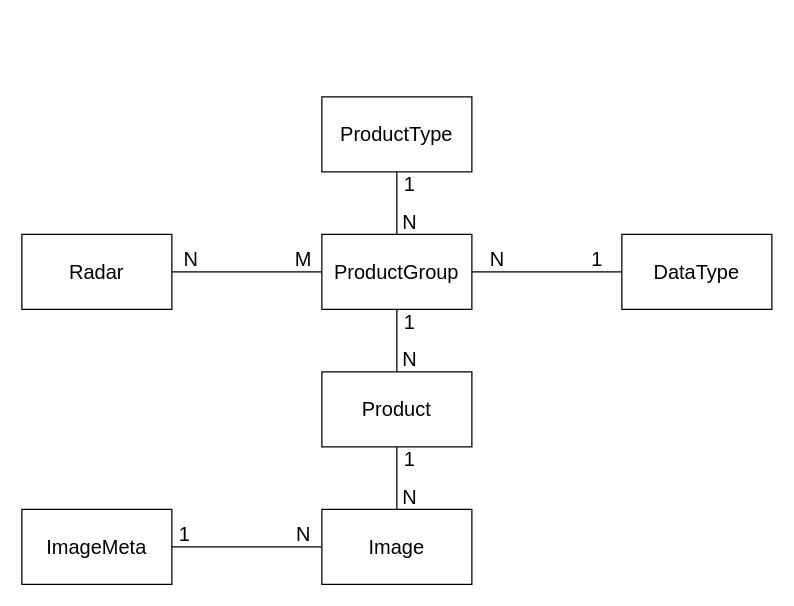
marekziba/daneradarowe2.0_api keeps this draw.io diagram as dbschema.dio. Above is the earlier version. Source tidied: cells renumbered, new cells numbered last; positions are measured from the earlier drawing's top-left corner, leaving out a move shared by most shapes. Both pictures are drawn from the tidied source at 125%, with x=0, y=0 at pixel (21, 96).
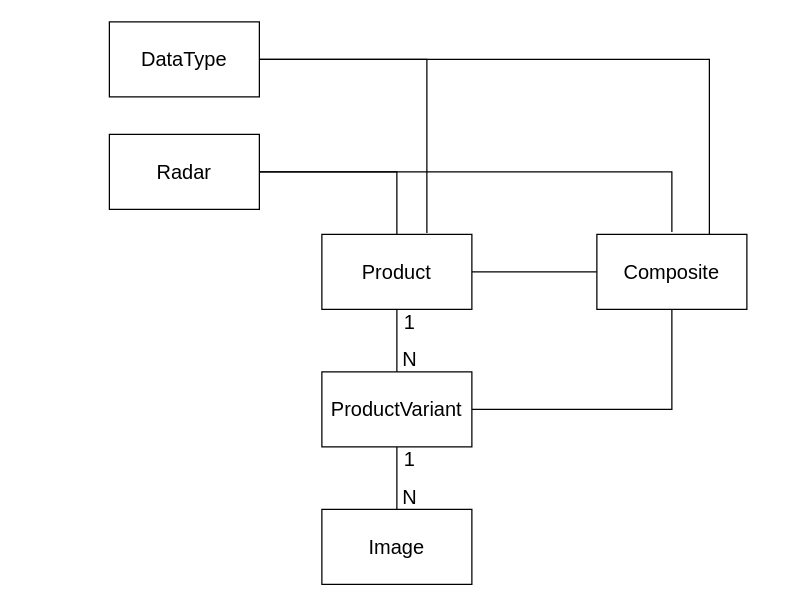
Above is the later version.

Unchanged cells that the change refers to:
```xml
<mxCell id="12" value="Image" style="rounded=0;whiteSpace=wrap;html=1;fontSize=16;" parent="1" vertex="1">
  <mxGeometry x="240" y="330" width="120" height="60" as="geometry" />
</mxCell>
```

Change to the diagram source:
```diff
@@
+    <mxCell id="27" style="edgeStyle=orthogonalEdgeStyle;rounded=0;html=1;fontSize=16;endArrow=none;endFill=0;" parent="1" edge="1" source="3">
+      <mxGeometry relative="1" as="geometry">
+        <mxPoint x="520" y="108" as="targetPoint" />
+        <Array as="points">
+          <mxPoint x="520" y="60" />
+          <mxPoint x="520" y="108" />
+        </Array>
+      </mxGeometry>
+    </mxCell>
-    <mxCell id="2" style="edgeStyle=none;html=1;exitX=1;exitY=0.5;exitDx=0;exitDy=0;entryX=0;entryY=0.5;entryDx=0;entryDy=0;fontSize=16;endArrow=none;endFill=0;" parent="1" edge="1" source="3" target="8">
+    <mxCell id="2" style="edgeStyle=orthogonalEdgeStyle;rounded=0;html=1;entryX=0.5;entryY=0;entryDx=0;entryDy=0;fontSize=16;endArrow=none;endFill=0;" parent="1" edge="1" source="3" target="8">
       <mxGeometry relative="1" as="geometry" />
     </mxCell>
     <mxCell id="3" value="&lt;font style=&quot;font-size: 16px&quot;&gt;Radar&lt;/font&gt;" style="rounded=0;whiteSpace=wrap;html=1;" parent="1" vertex="1">
-      <mxGeometry y="110" width="120" height="60" as="geometry" />
+      <mxGeometry x="70" y="30" width="120" height="60" as="geometry" />
     </mxCell>
-    <mxCell id="4" style="edgeStyle=orthogonalEdgeStyle;html=1;exitX=0.5;exitY=1;exitDx=0;exitDy=0;entryX=0.5;entryY=0;entryDx=0;entryDy=0;fontSize=16;rounded=0;endArrow=none;endFill=0;" parent="1" edge="1" source="5" target="8">
-      <mxGeometry relative="1" as="geometry" />
-    </mxCell>
-    <mxCell id="5" value="ProductType" style="rounded=0;whiteSpace=wrap;html=1;fontSize=16;" parent="1" vertex="1">
-      <mxGeometry x="240" width="120" height="60" as="geometry" />
-    </mxCell>
-    <mxCell id="6" style="edgeStyle=orthogonalEdgeStyle;rounded=0;html=1;exitX=1;exitY=0.5;exitDx=0;exitDy=0;entryX=0;entryY=0.5;entryDx=0;entryDy=0;fontSize=16;endArrow=none;endFill=0;" parent="1" edge="1" source="8" target="9">
-      <mxGeometry relative="1" as="geometry" />
-    </mxCell>
@@
+    <mxCell id="28" style="edgeStyle=orthogonalEdgeStyle;rounded=0;html=1;exitX=1;exitY=0.5;exitDx=0;exitDy=0;entryX=0;entryY=0.5;entryDx=0;entryDy=0;fontSize=16;endArrow=none;endFill=0;" parent="1" edge="1" source="8" target="32">
+      <mxGeometry relative="1" as="geometry" />
+    </mxCell>
-    <mxCell id="8" value="ProductGroup" style="rounded=0;whiteSpace=wrap;html=1;fontSize=16;" parent="1" vertex="1">
+    <mxCell id="8" value="Product" style="rounded=0;whiteSpace=wrap;html=1;fontSize=16;" parent="1" vertex="1">
       <mxGeometry x="240" y="110" width="120" height="60" as="geometry" />
     </mxCell>
+    <mxCell id="29" style="edgeStyle=orthogonalEdgeStyle;rounded=0;html=1;entryX=0.7;entryY=-0.017;entryDx=0;entryDy=0;entryPerimeter=0;fontSize=16;endArrow=none;endFill=0;" parent="1" edge="1" source="9" target="8">
+      <mxGeometry relative="1" as="geometry" />
+    </mxCell>
+    <mxCell id="30" style="edgeStyle=orthogonalEdgeStyle;rounded=0;html=1;entryX=0.75;entryY=0;entryDx=0;entryDy=0;fontSize=16;endArrow=none;endFill=0;" parent="1" edge="1" source="9" target="32">
+      <mxGeometry relative="1" as="geometry" />
+    </mxCell>
     <mxCell id="9" value="DataType" style="rounded=0;whiteSpace=wrap;html=1;fontSize=16;" parent="1" vertex="1">
-      <mxGeometry x="480" y="110" width="120" height="60" as="geometry" />
+      <mxGeometry x="70" y="-60" width="120" height="60" as="geometry" />
     </mxCell>
@@
-    <mxCell id="11" value="Product" style="rounded=0;whiteSpace=wrap;html=1;fontSize=16;" parent="1" vertex="1">
+    <mxCell id="11" value="ProductVariant" style="rounded=0;whiteSpace=wrap;html=1;fontSize=16;" parent="1" vertex="1">
       <mxGeometry x="240" y="220" width="120" height="60" as="geometry" />
     </mxCell>
@@
-    <mxCell id="13" style="edgeStyle=orthogonalEdgeStyle;rounded=0;html=1;exitX=1;exitY=0.5;exitDx=0;exitDy=0;entryX=0;entryY=0.5;entryDx=0;entryDy=0;fontSize=16;endArrow=none;endFill=0;" parent="1" edge="1" source="14" target="12">
-      <mxGeometry relative="1" as="geometry" />
-    </mxCell>
-    <mxCell id="14" value="ImageMeta" style="rounded=0;whiteSpace=wrap;html=1;fontSize=16;" parent="1" vertex="1">
-      <mxGeometry y="330" width="120" height="60" as="geometry" />
-    </mxCell>
-    <mxCell id="15" value="1" style="text;html=1;align=center;verticalAlign=middle;strokeColor=none;fillColor=none;fontSize=16;" parent="1" vertex="1">
-      <mxGeometry x="300" y="60" width="20" height="20" as="geometry" />
-    </mxCell>
-    <mxCell id="16" value="N" style="text;html=1;align=center;verticalAlign=middle;strokeColor=none;fillColor=none;fontSize=16;" parent="1" vertex="1">
-      <mxGeometry x="295" y="90" width="30" height="20" as="geometry" />
-    </mxCell>
-    <mxCell id="17" value="N" style="text;html=1;align=center;verticalAlign=middle;strokeColor=none;fillColor=none;fontSize=16;" parent="1" vertex="1">
-      <mxGeometry x="120" y="120" width="30" height="20" as="geometry" />
-    </mxCell>
-    <mxCell id="18" value="M" style="text;html=1;align=center;verticalAlign=middle;strokeColor=none;fillColor=none;fontSize=16;" parent="1" vertex="1">
-      <mxGeometry x="210" y="120" width="30" height="20" as="geometry" />
-    </mxCell>
-    <mxCell id="19" value="1" style="text;html=1;align=center;verticalAlign=middle;strokeColor=none;fillColor=none;fontSize=16;" parent="1" vertex="1">
-      <mxGeometry x="450" y="120" width="20" height="20" as="geometry" />
-    </mxCell>
-    <mxCell id="20" value="N" style="text;html=1;align=center;verticalAlign=middle;strokeColor=none;fillColor=none;fontSize=16;" parent="1" vertex="1">
-      <mxGeometry x="365" y="120" width="30" height="20" as="geometry" />
-    </mxCell>
@@
-    <mxCell id="23" value="1" style="text;html=1;align=center;verticalAlign=middle;strokeColor=none;fillColor=none;fontSize=16;" parent="1" vertex="1">
-      <mxGeometry x="120" y="340" width="20" height="20" as="geometry" />
-    </mxCell>
-    <mxCell id="24" value="N" style="text;html=1;align=center;verticalAlign=middle;strokeColor=none;fillColor=none;fontSize=16;" parent="1" vertex="1">
-      <mxGeometry x="210" y="340" width="30" height="20" as="geometry" />
-    </mxCell>
@@
+    <mxCell id="31" style="edgeStyle=orthogonalEdgeStyle;rounded=0;html=1;entryX=1;entryY=0.5;entryDx=0;entryDy=0;fontSize=16;endArrow=none;endFill=0;exitX=0.5;exitY=1;exitDx=0;exitDy=0;" parent="1" edge="1" source="32" target="11">
+      <mxGeometry relative="1" as="geometry" />
+    </mxCell>
+    <mxCell id="32" value="Composite" style="rounded=0;whiteSpace=wrap;html=1;fontSize=16;" parent="1" vertex="1">
+      <mxGeometry x="460" y="110" width="120" height="60" as="geometry" />
+    </mxCell>
```
